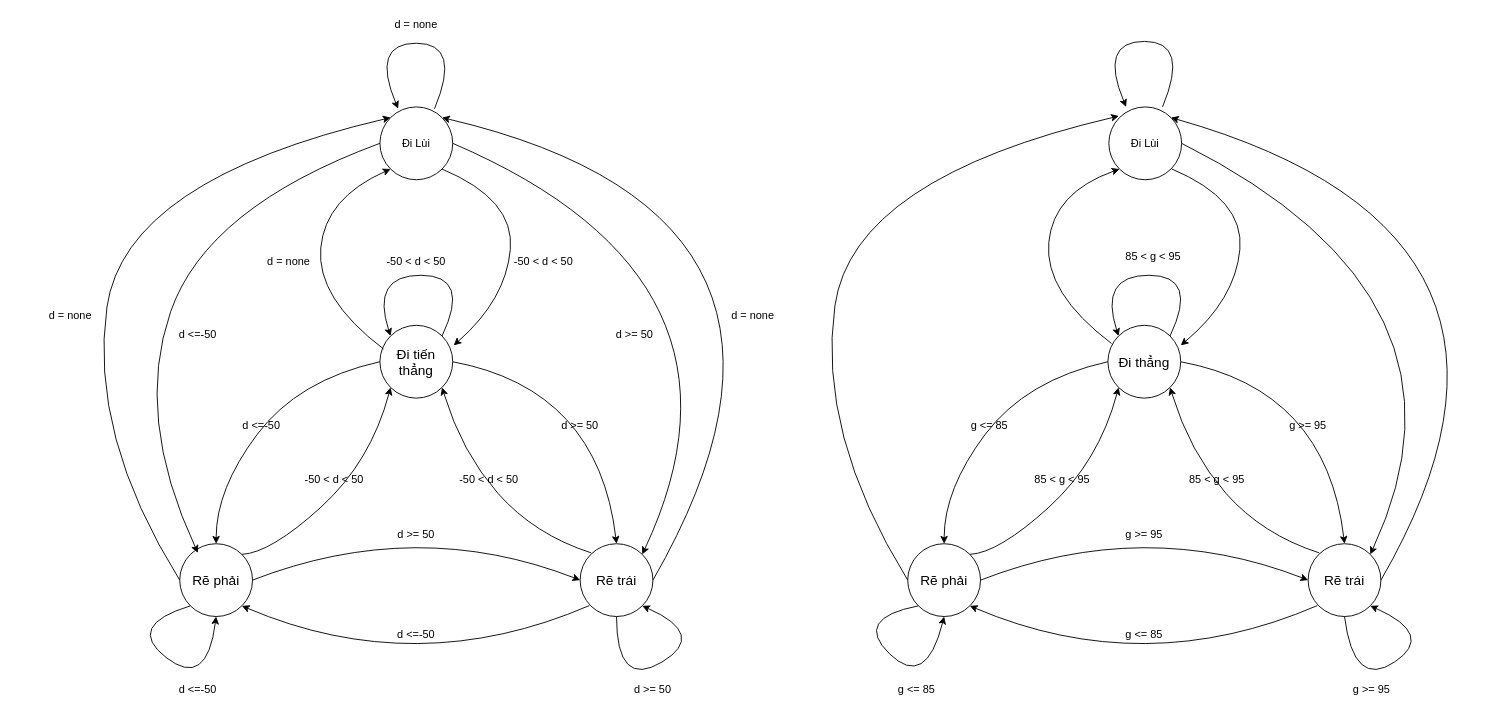
Dieptranivsr/drawio-github keeps this draw.io diagram as B4.drawio. Above is the earlier version. Source tidied: cells renumbered, new cells numbered last; positions are measured from the earlier drawing's top-left corner, leaving out a move shared by most shapes. Both pictures are drawn from the tidied source at 91%, with x=0, y=0 at pixel (15, 15).
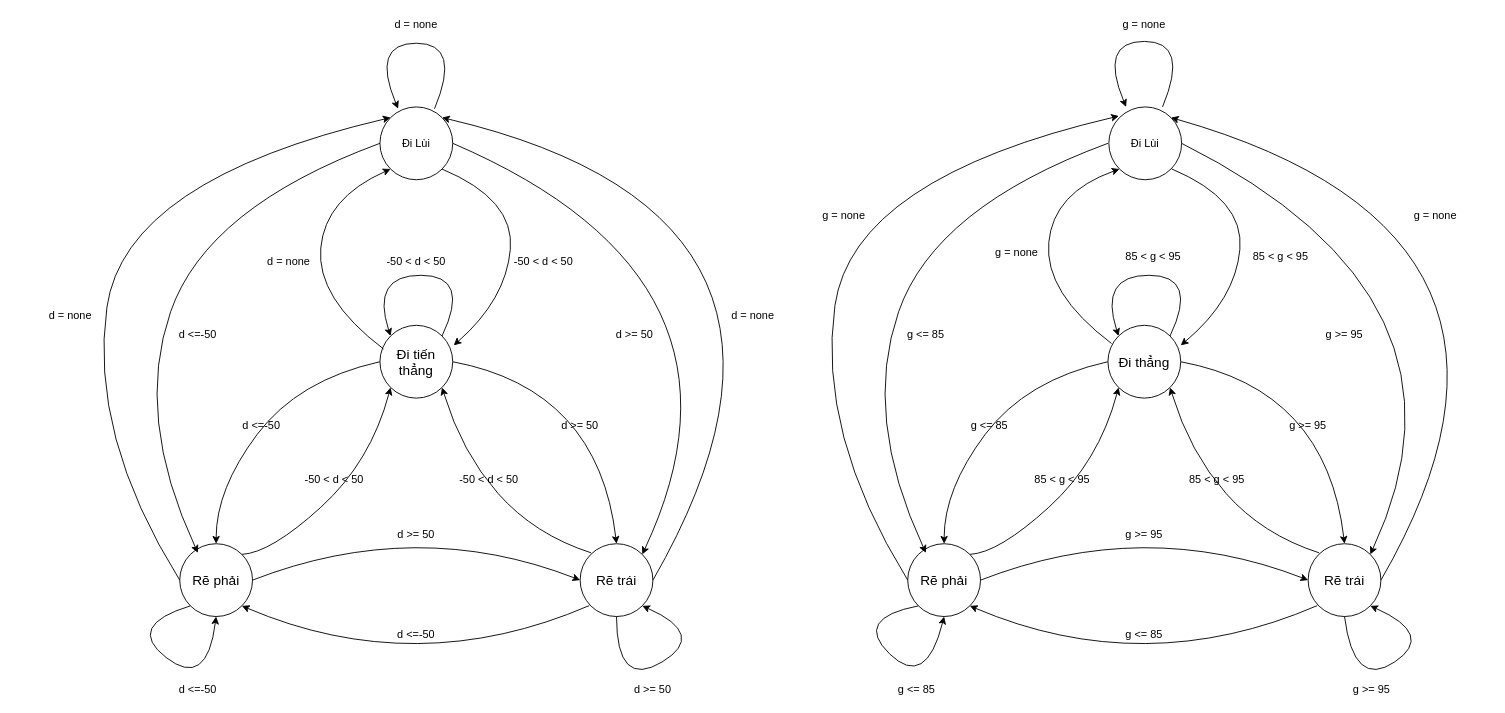
Above is the later version.

The edit, as a diff of the source:
```diff
@@
+    <mxCell id="66" style="curved=1;endArrow=none;html=1;startArrow=classic;startFill=1;endFill=0;" parent="1" edge="1">
+      <mxGeometry relative="1" as="geometry">
+        <mxPoint x="1000" y="590" as="sourcePoint" />
+        <mxPoint x="1200" y="140" as="targetPoint" />
+        <Array as="points">
+          <mxPoint x="930" y="440" />
+          <mxPoint x="1010" y="210" />
+        </Array>
+      </mxGeometry>
+    </mxCell>
+    <mxCell id="67" value="g &amp;lt;= 85" style="text;html=1;strokeColor=none;fillColor=none;align=center;verticalAlign=middle;whiteSpace=wrap;rounded=0;" parent="1" vertex="1">
+      <mxGeometry x="940" y="340" width="120" height="20" as="geometry" />
+    </mxCell>
+    <mxCell id="68" value="g &amp;gt;= 95" style="text;html=1;strokeColor=none;fillColor=none;align=center;verticalAlign=middle;whiteSpace=wrap;rounded=0;" parent="1" vertex="1">
+      <mxGeometry x="1420" y="340" width="80" height="20" as="geometry" />
+    </mxCell>
+    <mxCell id="69" value="g = none" style="text;html=1;strokeColor=none;fillColor=none;align=center;verticalAlign=middle;whiteSpace=wrap;rounded=0;" parent="1" vertex="1">
+      <mxGeometry x="1180" width="120" height="20" as="geometry" />
+    </mxCell>
+    <mxCell id="70" value="g = none" style="text;html=1;strokeColor=none;fillColor=none;align=center;verticalAlign=middle;whiteSpace=wrap;rounded=0;" parent="1" vertex="1">
+      <mxGeometry x="850" y="210" width="120" height="20" as="geometry" />
+    </mxCell>
+    <mxCell id="71" value="g = none" style="text;html=1;strokeColor=none;fillColor=none;align=center;verticalAlign=middle;whiteSpace=wrap;rounded=0;" parent="1" vertex="1">
+      <mxGeometry x="1500" y="210" width="120" height="20" as="geometry" />
+    </mxCell>
+    <mxCell id="72" value="g = none" style="text;html=1;strokeColor=none;fillColor=none;align=center;verticalAlign=middle;whiteSpace=wrap;rounded=0;" parent="1" vertex="1">
+      <mxGeometry x="1040" y="250" width="120" height="20" as="geometry" />
+    </mxCell>
+    <mxCell id="73" value="85 &amp;lt; g &amp;lt; 95" style="text;html=1;strokeColor=none;fillColor=none;align=center;verticalAlign=middle;whiteSpace=wrap;rounded=0;" parent="1" vertex="1">
+      <mxGeometry x="1330" y="255" width="120" height="20" as="geometry" />
+    </mxCell>
```
